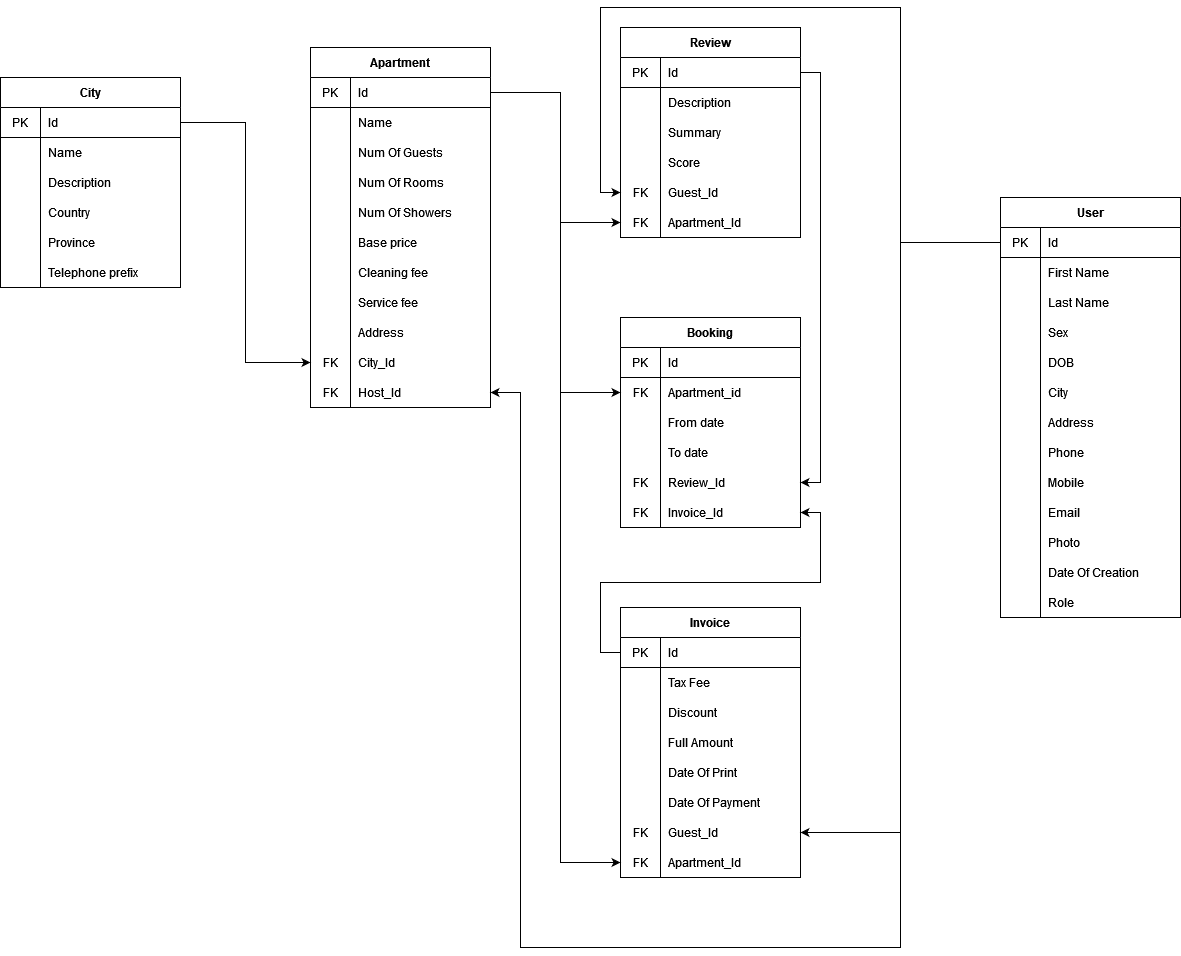
Earlier version of the draw.io export BookaPart.png (HrvojeCukusicOSS/BookaPart). Source tidied: cells renumbered, new cells last; positions are measured from the earlier drawing's top-left corner, leaving out a move shared by most shapes.
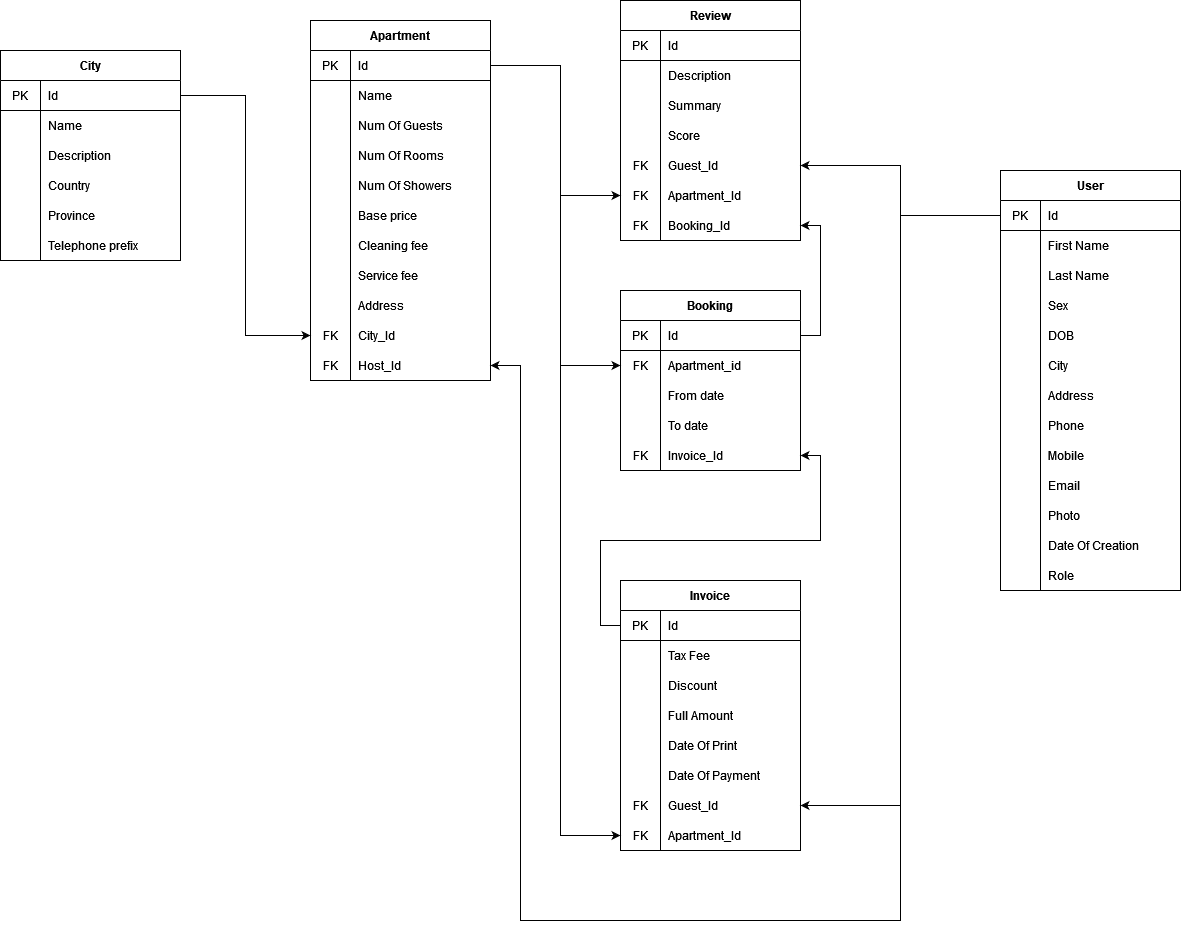
The same file after the commit.

What changed in the source:
```diff
@@ -123,7 +123,7 @@
       <mxGeometry x="40" width="140" height="30" as="geometry" />
     </mxCell>
     <mxCell id="42" value="Review" style="shape=table;startSize=30;rowLines=0;fontStyle=1;align=center;" parent="1" vertex="1">
-      <mxGeometry x="620" y="20" width="180" height="210" as="geometry" />
+      <mxGeometry x="620" y="20" width="180" height="240" as="geometry" />
     </mxCell>
     <mxCell id="43" style="shape=partialRectangle;html=1;whiteSpace=wrap;fillColor=none;top=0;left=0;bottom=1;right=0;points=[[0,0.5],[1,0.5]];portConstraint=eastwest;" parent="42" vertex="1">
       <mxGeometry y="30" width="180" height="30" as="geometry" />
@@ -179,6 +179,15 @@
     <mxCell id="60" value="Apartment_Id" style="shape=partialRectangle;html=1;whiteSpace=wrap;fillColor=none;top=0;left=0;bottom=0;right=0;align=left;spacingLeft=6;overflow=hidden;" parent="58" vertex="1">
       <mxGeometry x="40" width="140" height="30" as="geometry" />
     </mxCell>
+    <mxCell id="167" style="shape=partialRectangle;html=1;whiteSpace=wrap;fillColor=none;top=0;left=0;bottom=0;right=0;points=[[0,0.5],[1,0.5]];portConstraint=eastwest;" parent="42" vertex="1">
+      <mxGeometry y="210" width="180" height="30" as="geometry" />
+    </mxCell>
+    <mxCell id="154" value="FK" style="shape=partialRectangle;html=1;whiteSpace=wrap;fillColor=none;top=0;left=0;bottom=0;right=0;overflow=hidden;" parent="167" vertex="1">
+      <mxGeometry width="40" height="30" as="geometry" />
+    </mxCell>
+    <mxCell id="168" value="Booking_Id" style="shape=partialRectangle;html=1;whiteSpace=wrap;fillColor=none;top=0;left=0;bottom=0;right=0;align=left;spacingLeft=6;overflow=hidden;" parent="167" vertex="1">
+      <mxGeometry x="40" width="140" height="30" as="geometry" />
+    </mxCell>
     <mxCell id="61" value="Invoice" style="shape=table;startSize=30;rowLines=0;fontStyle=1;align=center;" parent="1" vertex="1">
       <mxGeometry x="620" y="600" width="180" height="270" as="geometry" />
     </mxCell>
@@ -417,7 +426,7 @@
       <mxGeometry x="40" width="140" height="30" as="geometry" />
     </mxCell>
     <mxCell id="140" value="Booking" style="shape=table;startSize=30;rowLines=0;fontStyle=1;align=center;" parent="1" vertex="1">
-      <mxGeometry x="620" y="310" width="180" height="210" as="geometry" />
+      <mxGeometry x="620" y="310" width="180" height="180" as="geometry" />
     </mxCell>
     <mxCell id="141" style="shape=partialRectangle;html=1;whiteSpace=wrap;fillColor=none;top=0;left=0;bottom=1;right=0;points=[[0,0.5],[1,0.5]];portConstraint=eastwest;" parent="140" vertex="1">
       <mxGeometry y="30" width="180" height="30" as="geometry" />
@@ -455,17 +464,8 @@
     <mxCell id="152" value="To date" style="shape=partialRectangle;html=1;whiteSpace=wrap;fillColor=none;top=0;left=0;bottom=0;right=0;align=left;spacingLeft=6;overflow=hidden;" parent="150" vertex="1">
       <mxGeometry x="40" width="140" height="30" as="geometry" />
     </mxCell>
-    <mxCell id="153" style="shape=partialRectangle;html=1;whiteSpace=wrap;fillColor=none;top=0;left=0;bottom=0;right=0;points=[[0,0.5],[1,0.5]];portConstraint=eastwest;" parent="140" vertex="1">
-      <mxGeometry y="150" width="180" height="30" as="geometry" />
-    </mxCell>
-    <mxCell id="154" value="FK" style="shape=partialRectangle;html=1;whiteSpace=wrap;fillColor=none;top=0;left=0;bottom=0;right=0;overflow=hidden;" parent="153" vertex="1">
-      <mxGeometry width="40" height="30" as="geometry" />
-    </mxCell>
-    <mxCell id="155" value="Review_Id" style="shape=partialRectangle;html=1;whiteSpace=wrap;fillColor=none;top=0;left=0;bottom=0;right=0;align=left;spacingLeft=6;overflow=hidden;" parent="153" vertex="1">
-      <mxGeometry x="40" width="140" height="30" as="geometry" />
-    </mxCell>
     <mxCell id="156" style="shape=partialRectangle;html=1;whiteSpace=wrap;fillColor=none;top=0;left=0;bottom=0;right=0;points=[[0,0.5],[1,0.5]];portConstraint=eastwest;" parent="140" vertex="1">
-      <mxGeometry y="180" width="180" height="30" as="geometry" />
+      <mxGeometry y="150" width="180" height="30" as="geometry" />
     </mxCell>
     <mxCell id="157" value="FK" style="shape=partialRectangle;html=1;whiteSpace=wrap;fillColor=none;top=0;left=0;bottom=0;right=0;overflow=hidden;" parent="156" vertex="1">
       <mxGeometry width="40" height="30" as="geometry" />
@@ -492,14 +492,6 @@
     <mxCell id="161" style="edgeStyle=orthogonalEdgeStyle;rounded=0;jettySize=auto;html=1;entryX=1;entryY=0.5;entryDx=0;entryDy=0;" parent="1" edge="1" source="62" target="156">
       <mxGeometry relative="1" as="geometry" />
     </mxCell>
-    <mxCell id="162" style="edgeStyle=orthogonalEdgeStyle;rounded=0;jettySize=auto;html=1;entryX=1;entryY=0.5;entryDx=0;entryDy=0;" parent="1" edge="1" source="43" target="153">
-      <mxGeometry relative="1" as="geometry">
-        <Array as="points">
-          <mxPoint x="820" y="65" />
-          <mxPoint x="820" y="475" />
-        </Array>
-      </mxGeometry>
-    </mxCell>
     <mxCell id="163" style="edgeStyle=orthogonalEdgeStyle;rounded=0;jettySize=auto;html=1;entryX=1;entryY=0.5;entryDx=0;entryDy=0;" parent="1" edge="1" source="3" target="80">
       <mxGeometry relative="1" as="geometry" />
     </mxCell>
@@ -521,15 +513,16 @@
         </Array>
       </mxGeometry>
     </mxCell>
+    <mxCell id="169" style="edgeStyle=orthogonalEdgeStyle;rounded=0;jettySize=auto;html=1;entryX=1;entryY=0.5;entryDx=0;entryDy=0;" parent="1" edge="1" source="141" target="167">
+      <mxGeometry relative="1" as="geometry">
+        <Array as="points">
+          <mxPoint x="820" y="355" />
+          <mxPoint x="820" y="245" />
+        </Array>
+      </mxGeometry>
+    </mxCell>
-    <mxCell id="166" style="edgeStyle=orthogonalEdgeStyle;rounded=0;jettySize=auto;html=1;entryX=0;entryY=0.5;entryDx=0;entryDy=0;" parent="1" edge="1" source="3" target="55">
-      <mxGeometry relative="1" as="geometry">
-        <Array as="points">
-          <mxPoint x="900" y="235" />
-          <mxPoint x="900" />
-          <mxPoint x="600" />
-          <mxPoint x="600" y="185" />
-        </Array>
-      </mxGeometry>
+    <mxCell id="166" style="edgeStyle=orthogonalEdgeStyle;rounded=0;jettySize=auto;html=1;entryX=1;entryY=0.5;entryDx=0;entryDy=0;" parent="1" edge="1" source="3" target="55">
+      <mxGeometry relative="1" as="geometry" />
     </mxCell>
   </root>
 </mxGraphModel>
```
